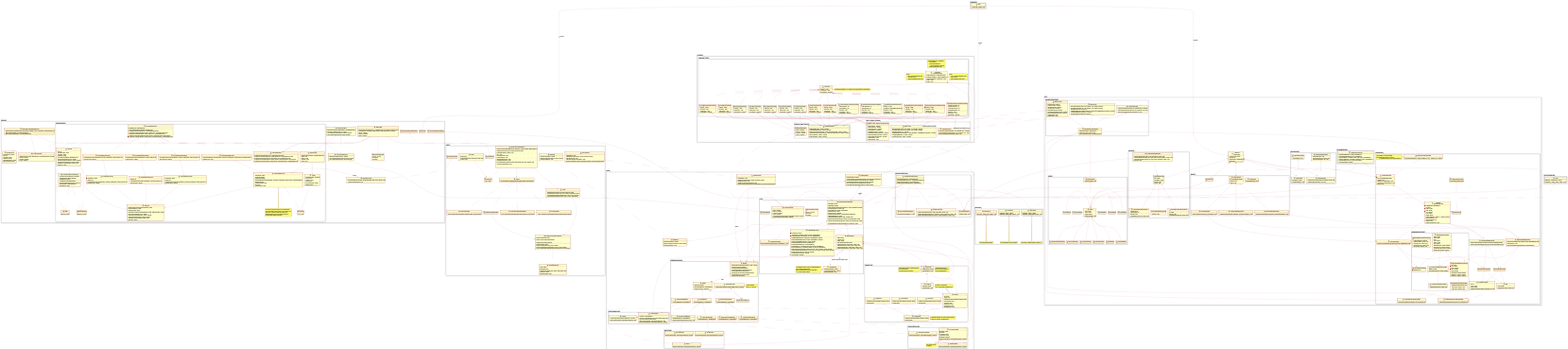
The PlantUML diagram 2-Entwurf/2-Entwicklung/combinedUML/masterUMLClassDiagramm.svg in osl2/DAQ-Documents, before a commit.
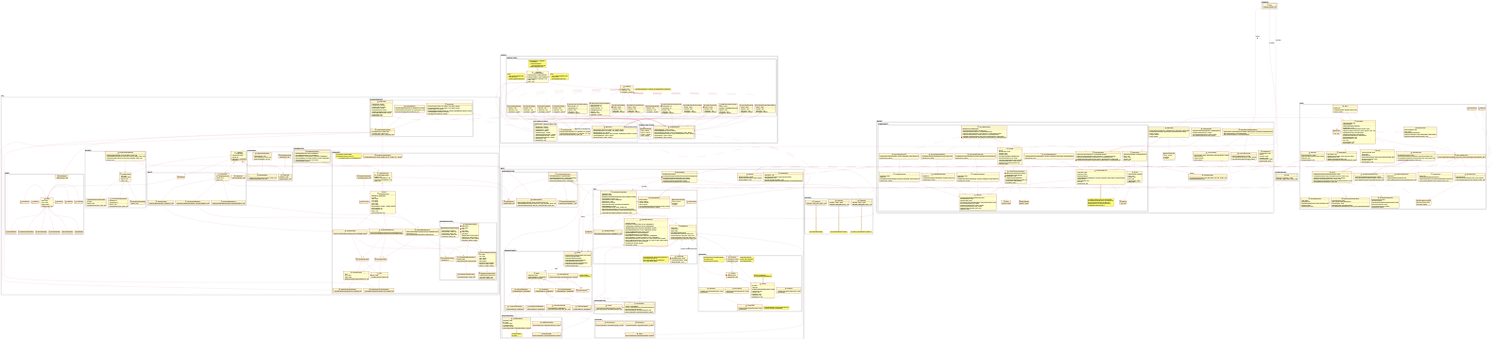
The same file after the commit.

Commit message:
Fehler im Klassendiagramm behoben.

What changed in the source:
```diff
@@ -9,19 +9,11 @@
 	class Main {
 		+main(args: String[]): void
 	}
-	Main ------------------> Backend.SshToPi: creates >
+	Main ------------------> Backend.PickPointForAgentsBasedOnSsh: creates >
 	Main ------------------> Model.ModelManager: creates >
 	Main -------------------> GUI.MainWindow: creates >
 }
 
-
-namespace Cache {
-		class MStreamListener{
-		}
-
-		class MRunTiming {
-		}
-	}
 
 namespace Backend {
 
@@ -741,7 +733,7 @@
 
 
 MRunReaction  --  Model.Core.MeasurementRun
-Model.Core.MeasurementRun  --  Model.MRunInfo
+Model.Core.MeasurementRun  --  Model.IMRunInfo
 
 
 class ModelManager {
@@ -1425,106 +1417,178 @@
 
 
 namespace Cache {
-class MRunActivityManagement {
-	+ MRunActivityManagement(initData: MRunInfo, listenerAtModel: MRunForward )
+
+class MStreamListener {
+	+ MStreamListener(cache: Cache)
+	+ addConnectinTerminatedAction(action: ConnectionTerminatedAction)
+	+ receiveMDataSet(channelId: String, timeStamp: long, value: double): void
+	+ connectionTerminated(channelId: String): void
+}
+
+
+class MRunTiming {
+	- replayTimePointer: long
+	- endFlag: boolean
+	--
+	+ MRunTiming(initData: MRunInfo)
+	- createCache(): Cache
 	- addBufferForOneSensorInChannel(SensorId: String)
-	- addTrigger(trigger: Trigger): void
+	- addCheckAndNotifyAction(action: CheckAndNotifyAction): void
+	+ getMStreamListener(): MStreamListener
+	..
+	+ addMRunListener(listener: IMRunListener)
+	+ removeMRunListener(listener: IMRunListener)
+	+ startRepeatedTimer(): void
+	+ stopRepeatedTimer(): void
 	..
 	+ run(): void
 	- setCurrentTime(): void
-	- checkTriggers(): void
-	..
-	+ startRepeatedTimer(): void
-	+ stopRepeatedTimer(): void
-	..
-	+ receiveMDataSet(channelId: String, timeStamp: long, value: double): void
-	+ connectionTerminated(): void
-
-
+	- checkActions(): void
 }
 
 class Timer {
 	-period: long
 	+schedule(timerTask: TimerTask, period: long)
-	+cancel(): void
+	+cancel(): boolean
 }
 
 class Cache{
 	+ addBufferForOneSensorInChannel(SensorId: String)
-	+ addPacket(timeStamp: long, value: double, inChannelId: String)
-	+ isCompletePackageSetAvailable(from: long, to: long): boolean
-	+ pollCompletePackageSet(from: long, to: long):  IdValuePair[]
+	+ receiveMSet(channelId: String, timeStamp: long, value: double): void
+	+ isDataForAllInChannelsAvailable(from: long, to: long): boolean
+	+ pollDataForAllInChannels(from: long, to: long):  MSet[]
+	+ getErrorsOfOneChannel(codesToCheck: ErrorCodesForInChannel): MSet[]
+	+ removeDataBeforeTimepointer(to: long): void
 }
 
 class BufferForOneSensorInChannel {
-	-sensorInChannelId: Stirng
-	-buffer: Queue<SimpleValuePacket>
-
+	-sensorInChannelId: String
+	-buffer: Queue<TimestampValuePair>
 	+getInChannelId(): String
-	+addPacket(timeStamp: long, value: double)
-	+getAllPacketsDuringTimespan(from: long, to: long): double[]
-}
-
-class SimpleValuePacket	{
+	+addPacket(packet: TimestampValuePair)
+	+getAllPacketsDuringTimespan(from: long, to: long): TimestampValuePair[]
+}
+
+class TimestampValuePair	{
 	-value: double
 	-timeStamp: long
-	+SimpleValuePacket(value: double, timeStamp: long)
+	+TimestampValuePair(value: double, timeStamp: long)
 	+getValue(): double
 	+getTimeSpamp(): long
 }
 
-class ConnectionTerminatedTrigger {
-	+checkAndNotifyMRunManagement(mRunForward: MRunForward)
-}
-
-class TimeoutTrigger {
-	+checkAndNotifyMRunManagement(mRunForward: MRunForward)
-}
-
-class ErrorCodeTrigger {
-	+checkAndNotifyMRunManagement(mRunForward: MRunForward)
-}
-
-class BufferForOneSensorInChannel {
-	BufferForOneSensorInChannel
-	+checkAndNotifyMRunManagement(mRunForward: MRunForward)
-}
-
-ConnectionTerminatedTrigger .up.|> Trigger
-TimeoutTrigger .up.|> Trigger
-ErrorCodeTrigger .up.|> Trigger
-DataSetCompleteTrigger .up.|> Trigger
-
-MRunActivityManagement ..|> TimerTask
-Timer --> "1" TimerTask
-MRunActivityManagement --> Cache
-Cache --> "*" BufferForOneSensorInChannel
-BufferForOneSensorInChannel ..> SimpleValuePacket
-MRunActivityManagement --> "*" Trigger
-
-DataSetCompleteTrigger --> "*" BufferForOneSensorInChannel
-
-interface Trigger {
-	+checkAndNotifyMRunManagement(mRunForward: MRunForward)
-}
-
-interface MRunForward {
+class ConnectionTerminatedAction {
+	+ ConnectionTerminatedAction(allSensorIds: String[])
+	+ raiseConnectionTerminatedFlag(channelId: String): void
+	+ checkAndNotify(meansForAction: MeansForAction): long
+}
+
+class TimeoutAction {
+	- period: long
+	- numberOfToleratedLatencyPeriods: int
+	+ TimeoutAction(period: long, numberToleratedLatencyPeriods: int)
+	+ checkAndNotify(meansForAction: MeansForAction): long
+}
+
+class ErrorCodeAction {
+	+ErrorCodeAction()
+	+addCodes(sensorInChannelId: String, codes: double[])
+	+checkAndNotify(meansForAction: MeansForAction): long
+}
+
+class DataSetCompleteAction {
+	-period: long
+	DataSetCompleteAction(period: long)
+	+checkAndNotify(meansForAction: MeansForAction): long
+}
+
+class MSet {
+	-sensorInChannelId: String
+	-value: double
+	-timeStamp: long
+	+MSet(sensorInChannelId: String, value: double, timeStamp: long)
+	+getSensorInChannelId(): String
+	+getValue(): double
+	+getTimeSpamp(): long
+}
+
+class ErrorCodesForInChannel {
+	sensorInChannelId: String
+	errorCodes: double[]
+}
+
+class MeansForAction {
+	replayTimepointer: long,
+	cache: Cache,
+	mRunForward: IMRunListener
+	MeansForAction(cache: Cache, mRunForward: IMRunListener)
+	setReplayTimepointer(replayTimepointer: long)
+}
+
+class ChannelConnectionStatus {
+	sensorInChannelId: String
+	connected: boolean
+	ChannelConnectionStatus(sensorInChannelId: String)
+	getsensorInChannelId(): String
+	setConnected(connected: boolean)
+	isConnected(): boolean
+}
+
+MRunTiming .right.> MeansForAction
+CheckAndNotifyAction .up.> MeansForAction
+
+
+MStreamListener --> "*" ConnectionTerminatedAction
+MStreamListener --> Cache
+ConnectionTerminatedAction .up.|> CheckAndNotifyAction
+TimeoutAction .up.|> CheckAndNotifyAction
+ErrorCodeAction .up.|> CheckAndNotifyAction
+DataSetCompleteAction .up.|> CheckAndNotifyAction
+
+MRunTiming -left-> Timer
+MRunTiming .left.|> TimerTask
+Timer -down-> "1" TimerTask
+MRunTiming ..> MStreamListener
+Cache .up.> MSet
+Cache -down-> "*" BufferForOneSensorInChannel
+Cache ..> ErrorCodesForInChannel
+
+BufferForOneSensorInChannel .left.> TimestampValuePair
+MRunTiming --> "*" CheckAndNotifyAction
+
+MRunTiming -down-> Cache
+
+ErrorCodeAction --> "*" ErrorCodesForInChannel
+
+MRunTiming --> "*" IMRunListener
+MRunTiming ..> IMRunInfo
+ConnectionTerminatedAction --> "*" ChannelConnectionStatus
+
+interface CheckAndNotifyAction {
+	+checkAndNotify(replayTimepointer: long, cache: Cache, mRunForward: IMRunListener): long
+}
+
+interface IMRunListener {
 	+justWaiting():  void
 	+indicateError(inChannelId: String, errorCode: double)
 	+indicateTimeout(): void
 	+indicateConnectionTerminated(): void
-	+dispatchCompletePacketSet(completePacketSet: EnhancedValuePacket[])
-}
-
-interface MRunInfo {
+	+dispatchCompletePacketSet(completePacketSet: MSet[])
+}
+
+interface IMRunInfo {
 	+getAllInChannelIds(): String[]
 	+getErrorCodes(inChannelId: String): double[]
+	+getPeriod(): long
 	+getTimeoutOption(): long
 }
 
 interface TimerTask {
 	+run(): void
 }
+
+IMRunListener <|.. Model.MRunReaction
+IMRunInfo <|.. Model.MRunInfo
 
 
 }
@@ -1553,9 +1617,7 @@
 GUI.FacadeModelView.ViewDirectoryInterface --|> Model.Core.BuildingBlockDirectory
 
 
-Backend.IMeasurementStreamListener <|.. Cache.MRunActivityManagement
-
-Backend.IAccessToMeasurementRun <-- Model.Core.MeasurementRun
+Backend.IAccessToMRun <-- Model.Core.MeasurementRun
 Backend.IAccessToSensorInfo <-- Model.Core.ModelManager
 Model.ModelManager --> FileService.YamlService
 
```
